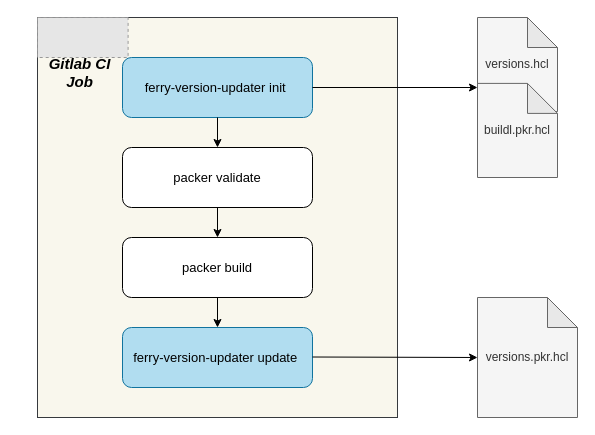
YanshanSong/draw.io keeps this draw.io diagram as ferry-version-updater.drawio. Above is the earlier version. Source tidied: cells renumbered, new cells numbered last; positions are measured from the earlier drawing's top-left corner, leaving out a move shared by most shapes. Both pictures are drawn from the tidied source at 100%, with x=0, y=0 at pixel (37, 17). Pictures stored in the file or linked from it are replaced by grey dashed boxes.
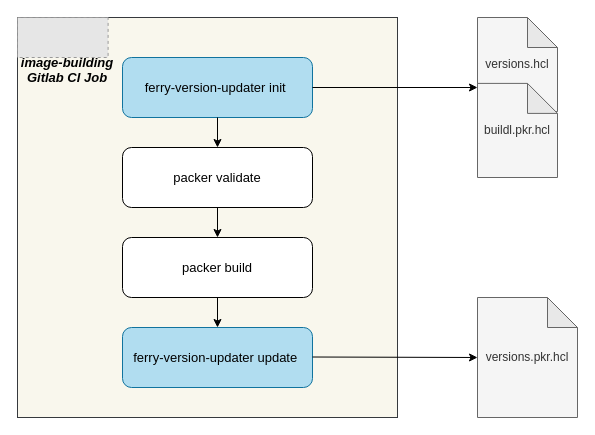
After the change.

Change to the diagram source:
```diff
@@
 <mxGraphModel>
   <root>
     <mxCell id="0" />
     <mxCell id="1" parent="0" />
     <mxCell id="2" style="rounded=0;whiteSpace=wrap;html=1;fillColor=#f9f7ed;strokeColor=#36393d;" parent="1" vertex="1">
-      <mxGeometry width="360" height="400" as="geometry" />
+      <mxGeometry x="-20" width="380" height="400" as="geometry" />
     </mxCell>
     <mxCell id="3" value="ferry-version-updater init&amp;nbsp;" style="rounded=1;whiteSpace=wrap;html=1;fillColor=#b1ddf0;strokeColor=#10739e;fontSize=13;" parent="1" vertex="1">
       <mxGeometry x="85" y="40" width="190" height="60" as="geometry" />
     </mxCell>
     <mxCell id="4" value="packer validate" style="rounded=1;whiteSpace=wrap;html=1;fontSize=13;" parent="1" vertex="1">
       <mxGeometry x="85" y="130" width="190" height="60" as="geometry" />
     </mxCell>
     <mxCell id="5" value="packer build" style="rounded=1;whiteSpace=wrap;html=1;fontSize=13;" parent="1" vertex="1">
       <mxGeometry x="85" y="220" width="190" height="60" as="geometry" />
     </mxCell>
     <mxCell id="6" value="ferry-version-updater update&amp;nbsp;" style="rounded=1;whiteSpace=wrap;html=1;fillColor=#b1ddf0;strokeColor=#10739e;fontSize=13;" parent="1" vertex="1">
       <mxGeometry x="85" y="310" width="190" height="60" as="geometry" />
     </mxCell>
     <mxCell id="7" style="fillColor=#E6E6E6;strokeColor=#999999;dashed=1;verticalLabelPosition=bottom;labelBackgroundColor=default;verticalAlign=top;" parent="1" vertex="1">
-      <mxGeometry width="90.6" height="40" as="geometry" />
+      <mxGeometry x="-20" width="90.6" height="40" as="geometry" />
     </mxCell>
-    <mxCell id="8" value="Gitlab CI Job" style="text;html=1;strokeColor=none;fillColor=none;align=center;verticalAlign=middle;whiteSpace=wrap;rounded=0;fontSize=15;fontStyle=3;" parent="1" vertex="1">
-      <mxGeometry y="40" width="85" height="30" as="geometry" />
+    <mxCell id="8" value="&lt;br style=&quot;font-size: 13px;&quot;&gt;image-building&lt;br style=&quot;font-size: 13px;&quot;&gt;Gitlab CI Job" style="text;html=1;strokeColor=none;fillColor=none;align=center;verticalAlign=middle;whiteSpace=wrap;rounded=0;fontSize=13;fontStyle=3;" parent="1" vertex="1">
+      <mxGeometry x="-20" y="30" width="100" height="30" as="geometry" />
     </mxCell>
     <mxCell id="9" style="group;" parent="1" vertex="1">
       <mxGeometry x="440" width="80" height="160" as="geometry" />
     </mxCell>
     <mxCell id="10" value="versions.hcl" style="shape=note;whiteSpace=wrap;html=1;backgroundOutline=1;darkOpacity=0.05;fillColor=#f5f5f5;fontColor=#333333;strokeColor=#666666;" parent="9" vertex="1">
       <mxGeometry width="80" height="94.1" as="geometry" />
     </mxCell>
     <mxCell id="11" value="buildl.pkr.hcl" style="shape=note;whiteSpace=wrap;html=1;backgroundOutline=1;darkOpacity=0.05;fillColor=#f5f5f5;fontColor=#333333;strokeColor=#666666;" parent="9" vertex="1">
       <mxGeometry y="65.9" width="80" height="94.1" as="geometry" />
     </mxCell>
     <mxCell id="12" style="endArrow=classic;html=1;rounded=0;" parent="1" edge="1">
       <mxGeometry relative="1" as="geometry">
         <mxPoint x="275" y="70" as="sourcePoint" />
         <mxPoint x="440" y="70" as="targetPoint" />
       </mxGeometry>
     </mxCell>
     <mxCell id="13" value="versions.pkr.hcl" style="shape=note;whiteSpace=wrap;html=1;backgroundOutline=1;darkOpacity=0.05;fillColor=#f5f5f5;strokeColor=#666666;fontColor=#333333;" parent="1" vertex="1">
       <mxGeometry x="440" y="280" width="100" height="120" as="geometry" />
     </mxCell>
     <mxCell id="14" style="endArrow=classic;html=1;rounded=0;exitX=1;exitY=0.5;exitDx=0;exitDy=0;entryX=0;entryY=0.5;entryDx=0;entryDy=0;entryPerimeter=0;" parent="1" edge="1" target="13">
       <mxGeometry relative="1" as="geometry">
         <mxPoint x="275" y="339.5" as="sourcePoint" />
       </mxGeometry>
     </mxCell>
     <mxCell id="15" style="endArrow=classic;html=1;rounded=0;exitX=0.5;exitY=1;exitDx=0;exitDy=0;entryX=0.5;entryY=0;entryDx=0;entryDy=0;" parent="1" edge="1" source="3" target="4">
       <mxGeometry relative="1" as="geometry" />
     </mxCell>
     <mxCell id="16" style="endArrow=classic;html=1;rounded=0;exitX=0.5;exitY=1;exitDx=0;exitDy=0;" parent="1" edge="1" source="4" target="5">
       <mxGeometry relative="1" as="geometry" />
     </mxCell>
     <mxCell id="17" style="endArrow=classic;html=1;rounded=0;exitX=0.5;exitY=1;exitDx=0;exitDy=0;entryX=0.5;entryY=0;entryDx=0;entryDy=0;" parent="1" edge="1" source="5" target="6">
       <mxGeometry relative="1" as="geometry" />
     </mxCell>
   </root>
 </mxGraphModel>
```
